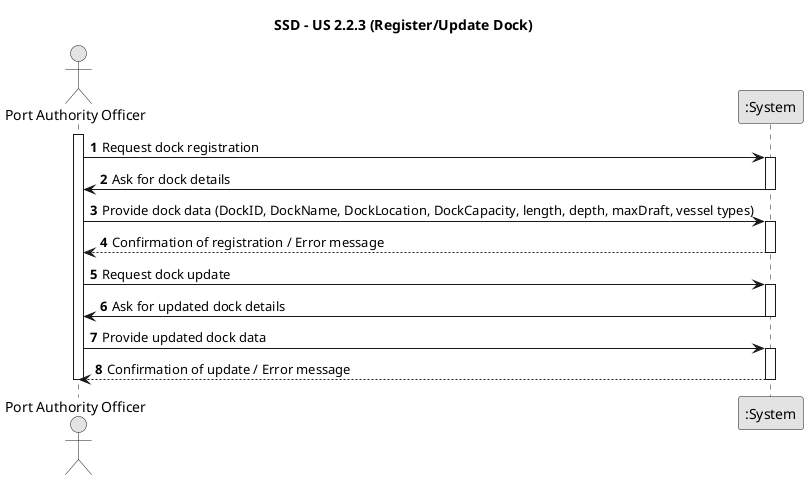
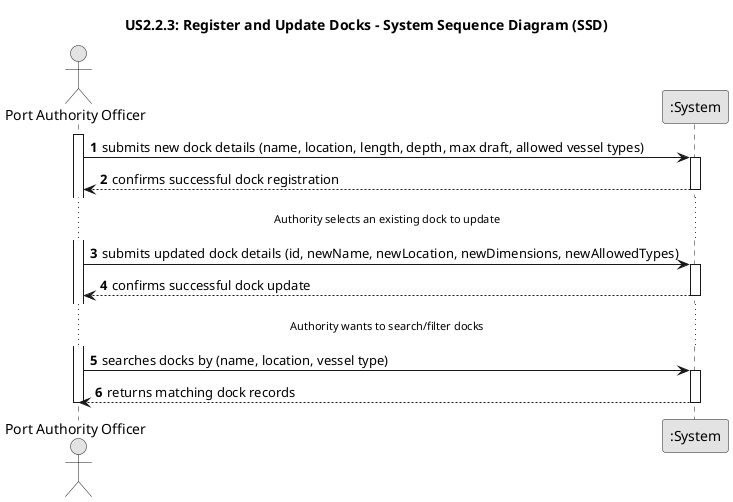
@startuml
+ ' Use template styling (assuming monochrome, etc.)
skinparam monochrome true
skinparam packageStyle rectangle
skinparam shadowing false

- title SSD - US 2.2.3 (Register/Update Dock)
+ title US2.2.3: Register and Update Docks - System Sequence Diagram (SSD)

autonumber
- 
- actor "Port Authority Officer" as Officer
+ actor "Port Authority Officer" as Authority
participant ":System" as System

- activate Officer
+ activate Authority

- Officer -> System: Request dock registration
+ '--- Register Dock Scenario ---
+ Authority -> System : submits new dock details (name, location, length, depth, max draft, allowed vessel types)
activate System
- System -> Officer: Ask for dock details
- deactivate System
- Officer -> System: Provide dock data (DockID, DockName, DockLocation, DockCapacity, length, depth, maxDraft, vessel types)
- activate System
- System --> Officer: Confirmation of registration / Error message
+ System --> Authority : confirms successful dock registration
deactivate System

- Officer -> System: Request dock update
+ '--- Update Dock Scenario ---
+ ... Authority selects an existing dock to update ...
+ Authority -> System : submits updated dock details (id, newName, newLocation, newDimensions, newAllowedTypes)
activate System
- System -> Officer: Ask for updated dock details
- deactivate System
- Officer -> System: Provide updated dock data
- activate System
- System --> Officer: Confirmation of update / Error message
+ System --> Authority : confirms successful dock update
deactivate System

- deactivate Officer
+ '--- Search/Filter Dock Scenario ---
+ ... Authority wants to search/filter docks ...
+ Authority -> System : searches docks by (name, location, vessel type)
+ activate System
+ System --> Authority : returns matching dock records
+ deactivate System

+ deactivate Authority
@enduml
